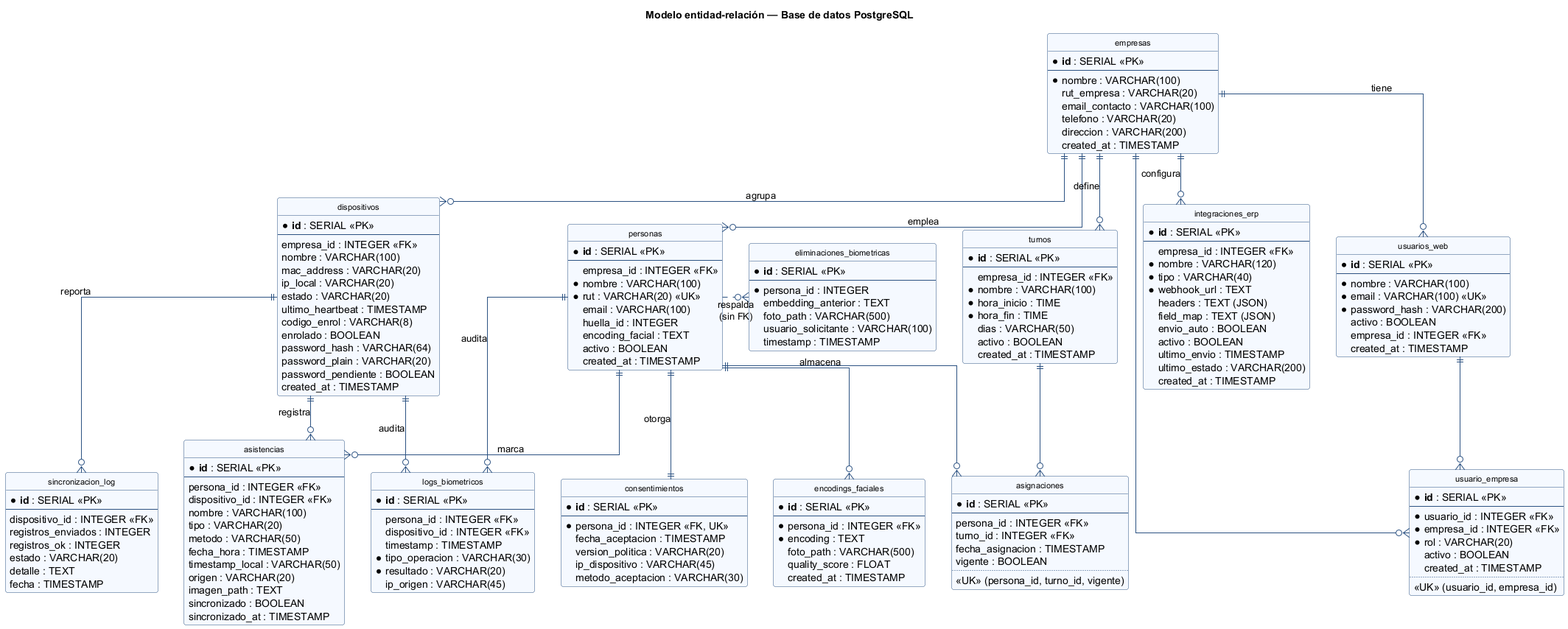
Earlier version of the PlantUML export Informe/diagrams/diagrama_er_base_datos.png (BorgTb/AsistenciaBackendFinal). Its diagram source:
```plantuml
@startuml diagrama_er_base_datos
title Modelo entidad-relación — Base de datos PostgreSQL


skinparam shadowing false
skinparam linetype ortho
skinparam roundcorner 6
skinparam class {
  BackgroundColor #F5F9FF
  BorderColor #2C5282
  ArrowColor #2C5282
  FontSize 11
}
hide circle
hide methods

entity "empresas" as empresas {
  * **id** : SERIAL <<PK>>
  --
  * nombre : VARCHAR(100)
    rut_empresa : VARCHAR(20)
    email_contacto : VARCHAR(100)
    telefono : VARCHAR(20)
    direccion : VARCHAR(200)
    created_at : TIMESTAMP
}

entity "dispositivos" as dispositivos {
  * **id** : SERIAL <<PK>>
  --
    empresa_id : INTEGER <<FK>>
    nombre : VARCHAR(100)
    mac_address : VARCHAR(20)
    ip_local : VARCHAR(20)
    estado : VARCHAR(20)
    ultimo_heartbeat : TIMESTAMP
    codigo_enrol : VARCHAR(8)
    enrolado : BOOLEAN
    password_hash : VARCHAR(64)
    password_plain : VARCHAR(20)
    password_pendiente : BOOLEAN
    created_at : TIMESTAMP
}

entity "usuarios_web" as usuarios_web {
  * **id** : SERIAL <<PK>>
  --
  * nombre : VARCHAR(100)
  * email : VARCHAR(100) <<UK>>
  * password_hash : VARCHAR(200)
    activo : BOOLEAN
    empresa_id : INTEGER <<FK>>
    created_at : TIMESTAMP
}

entity "usuario_empresa" as usuario_empresa {
  * **id** : SERIAL <<PK>>
  --
  * usuario_id : INTEGER <<FK>>
  * empresa_id : INTEGER <<FK>>
  * rol : VARCHAR(20)
    activo : BOOLEAN
    created_at : TIMESTAMP
  ..
  <<UK>> (usuario_id, empresa_id)
}

entity "personas" as personas {
  * **id** : SERIAL <<PK>>
  --
    empresa_id : INTEGER <<FK>>
  * nombre : VARCHAR(100)
  * rut : VARCHAR(20) <<UK>>
    email : VARCHAR(100)
    huella_id : INTEGER
    encoding_facial : TEXT
    activo : BOOLEAN
    created_at : TIMESTAMP
}

entity "turnos" as turnos {
  * **id** : SERIAL <<PK>>
  --
    empresa_id : INTEGER <<FK>>
  * nombre : VARCHAR(100)
  * hora_inicio : TIME
  * hora_fin : TIME
    dias : VARCHAR(50)
    activo : BOOLEAN
    created_at : TIMESTAMP
}

entity "asignaciones" as asignaciones {
  * **id** : SERIAL <<PK>>
  --
    persona_id : INTEGER <<FK>>
    turno_id : INTEGER <<FK>>
    fecha_asignacion : TIMESTAMP
    vigente : BOOLEAN
  ..
  <<UK>> (persona_id, turno_id, vigente)
}

entity "asistencias" as asistencias {
  * **id** : SERIAL <<PK>>
  --
    persona_id : INTEGER <<FK>>
    dispositivo_id : INTEGER <<FK>>
    nombre : VARCHAR(100)
    tipo : VARCHAR(20)
    metodo : VARCHAR(50)
    fecha_hora : TIMESTAMP
    timestamp_local : VARCHAR(50)
    origen : VARCHAR(20)
    imagen_path : TEXT
    sincronizado : BOOLEAN
    sincronizado_at : TIMESTAMP
}

entity "sincronizacion_log" as sincronizacion_log {
  * **id** : SERIAL <<PK>>
  --
    dispositivo_id : INTEGER <<FK>>
    registros_enviados : INTEGER
    registros_ok : INTEGER
    estado : VARCHAR(20)
    detalle : TEXT
    fecha : TIMESTAMP
}

entity "integraciones_erp" as integraciones_erp {
  * **id** : SERIAL <<PK>>
  --
    empresa_id : INTEGER <<FK>>
  * nombre : VARCHAR(120)
  * tipo : VARCHAR(40)
  * webhook_url : TEXT
    headers : TEXT (JSON)
    field_map : TEXT (JSON)
    envio_auto : BOOLEAN
    activo : BOOLEAN
    ultimo_envio : TIMESTAMP
    ultimo_estado : VARCHAR(200)
    created_at : TIMESTAMP
}

entity "consentimientos" as consentimientos {
  * **id** : SERIAL <<PK>>
  --
  * persona_id : INTEGER <<FK, UK>>
    fecha_aceptacion : TIMESTAMP
    version_politica : VARCHAR(20)
    ip_dispositivo : VARCHAR(45)
    metodo_aceptacion : VARCHAR(30)
}

entity "logs_biometricos" as logs_biometricos {
  * **id** : SERIAL <<PK>>
  --
    persona_id : INTEGER <<FK>>
    dispositivo_id : INTEGER <<FK>>
    timestamp : TIMESTAMP
  * tipo_operacion : VARCHAR(30)
  * resultado : VARCHAR(20)
    ip_origen : VARCHAR(45)
}

entity "eliminaciones_biometricas" as eliminaciones_biometricas {
  * **id** : SERIAL <<PK>>
  --
  * persona_id : INTEGER
    embedding_anterior : TEXT
    foto_path : VARCHAR(500)
    usuario_solicitante : VARCHAR(100)
    timestamp : TIMESTAMP
}

entity "encodings_faciales" as encodings_faciales {
  * **id** : SERIAL <<PK>>
  --
  * persona_id : INTEGER <<FK>>
  * encoding : TEXT
    foto_path : VARCHAR(500)
    quality_score : FLOAT
    created_at : TIMESTAMP
}


empresas ||--o{ dispositivos        : "agrupa"
empresas ||--o{ personas            : "emplea"
empresas ||--o{ turnos              : "define"
empresas ||--o{ integraciones_erp   : "configura"
empresas ||--o{ usuarios_web        : "tiene"

usuarios_web    ||--o{ usuario_empresa : ""
empresas        ||--o{ usuario_empresa : ""

personas  ||--o{ asignaciones : ""
turnos    ||--o{ asignaciones : ""

personas      ||--o{ asistencias : "marca"
dispositivos  ||--o{ asistencias : "registra"

dispositivos ||--o{ sincronizacion_log : "reporta"

personas ||--|| consentimientos       : "otorga"
personas ||--o{ encodings_faciales    : "almacena"
personas ||--o{ logs_biometricos      : "audita"
dispositivos ||--o{ logs_biometricos  : "audita"

personas .o{ eliminaciones_biometricas : "respalda\n(sin FK)"

@enduml
```
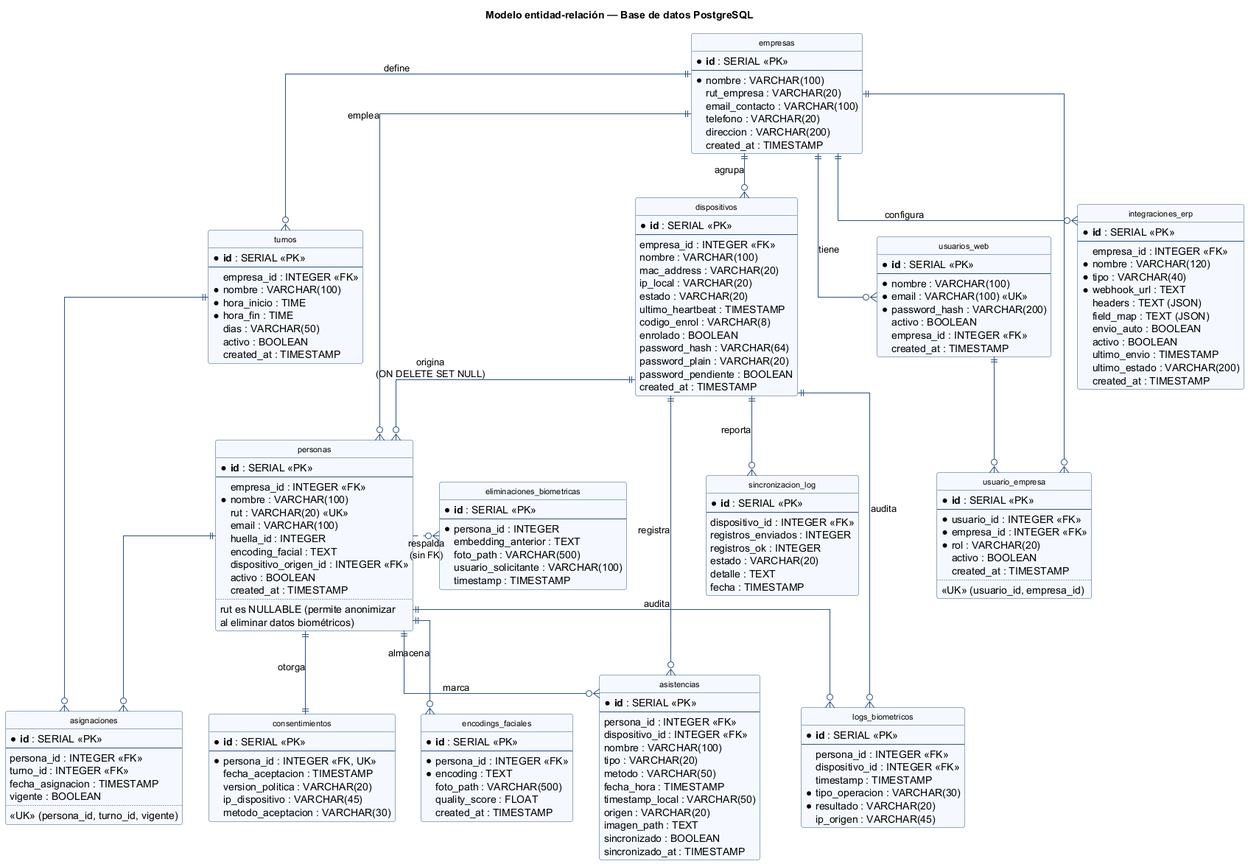
After the commit.

The edit, as a diff of the source:
```diff
@@ -70,12 +70,16 @@
   --
     empresa_id : INTEGER <<FK>>
   * nombre : VARCHAR(100)
-  * rut : VARCHAR(20) <<UK>>
+    rut : VARCHAR(20) <<UK>>
     email : VARCHAR(100)
     huella_id : INTEGER
     encoding_facial : TEXT
+    dispositivo_origen_id : INTEGER <<FK>>
     activo : BOOLEAN
     created_at : TIMESTAMP
+  ..
+  rut es NULLABLE (permite anonimizar
+  al eliminar datos biométricos)
 }
 
 entity "turnos" as turnos {
@@ -208,6 +212,8 @@
 personas ||--o{ logs_biometricos      : "audita"
 dispositivos ||--o{ logs_biometricos  : "audita"
 
+dispositivos ||--o{ personas : "origina\n(ON DELETE SET NULL)"
+
 personas .o{ eliminaciones_biometricas : "respalda\n(sin FK)"
 
 @enduml
```
